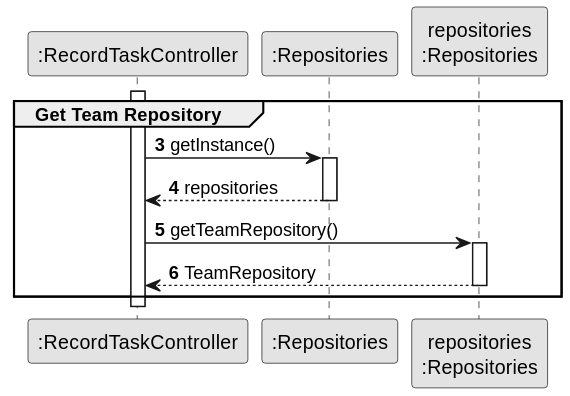
This is docs/sprintC/us029/03.design/svg/us029-sequence-diagram-partial-get-team-repository.svg from ricardomm7/leaflink, a PlantUML export, as it was before one commit. Source of this version:
```plantuml
@startuml
skinparam monochrome true
skinparam packageStyle rectangle
skinparam shadowing false


participant ":RecordTaskController" as CTRL
participant ":Repositories" as RepositorySingleton
participant "repositories\n:Repositories" as PLAT
autonumber 3


activate CTRL

    group Get Team Repository

            CTRL -> RepositorySingleton: getInstance()
            activate RepositorySingleton

                RepositorySingleton --> CTRL: repositories
            deactivate RepositorySingleton

            CTRL -> PLAT : getTeamRepository()
            activate PLAT

                PLAT --> CTRL: TeamRepository
            deactivate PLAT

    end
deactivate CTRL
@enduml
```
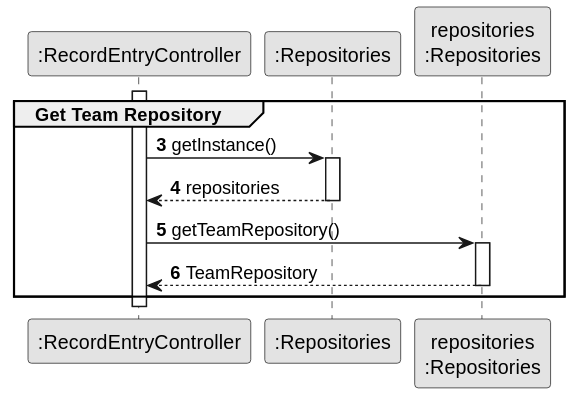
After the commit.

The edit, as a diff of the source:
```diff
@@ -4,7 +4,7 @@
 skinparam shadowing false
 
 
-participant ":RecordTaskController" as CTRL
+participant ":RecordEntryController" as CTRL
 participant ":Repositories" as RepositorySingleton
 participant "repositories\n:Repositories" as PLAT
 autonumber 3
```
